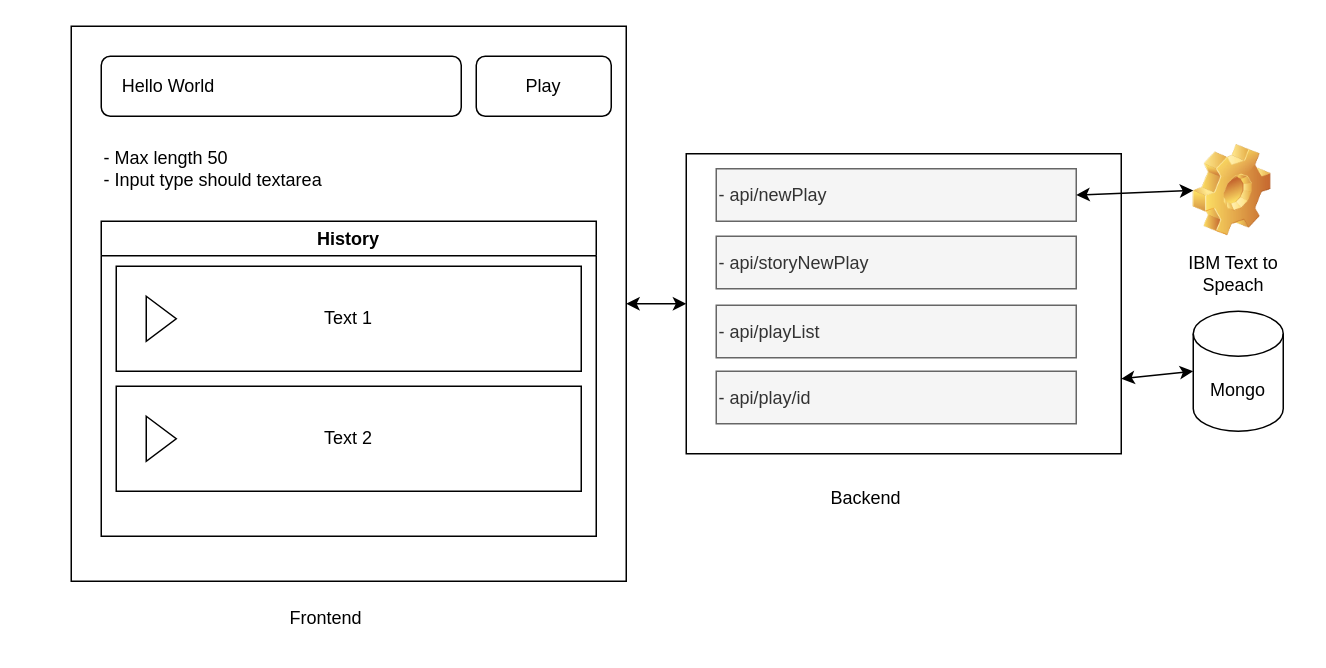
Earlier version of the draw.io diagram could-ss/diagram.drawio (AbdullahPariyani/ibm-watson-text-to-speech). Source tidied: cells renumbered, new cells numbered last; positions are measured from the earlier drawing's top-left corner, leaving out a move shared by most shapes. Both pictures are drawn from the tidied source at 150%, with x=0, y=0 at pixel (26, 26).
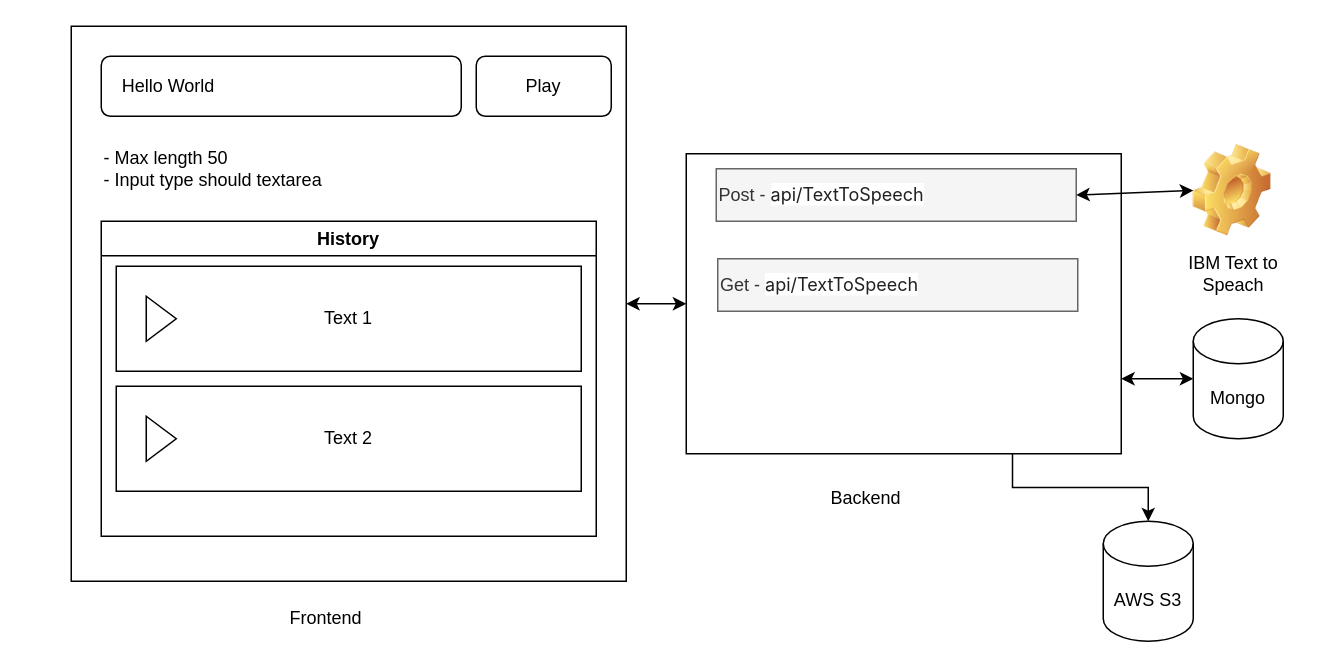
After the change.

Unchanged cells that the change refers to:
```xml
<mxCell id="11" style="rounded=0;whiteSpace=wrap;html=1;" parent="1" vertex="1">
  <mxGeometry x="440" y="85" width="290" height="200" as="geometry" />
</mxCell>
```

The edit, as a diff of the source:
```diff
@@
+    <mxCell id="25" style="edgeStyle=orthogonalEdgeStyle;rounded=0;jettySize=auto;html=1;exitX=0.75;exitY=1;exitDx=0;exitDy=0;" parent="1" edge="1" source="11" target="26">
+      <mxGeometry relative="1" as="geometry" />
+    </mxCell>
@@
     <mxCell id="13" value="Mongo" style="shape=cylinder3;whiteSpace=wrap;html=1;boundedLbl=1;backgroundOutline=1;size=15;" parent="1" vertex="1">
-      <mxGeometry x="778" y="190" width="60" height="80" as="geometry" />
+      <mxGeometry x="778" y="195" width="60" height="80" as="geometry" />
     </mxCell>
@@
-    <mxCell id="18" value="- api/newPlay" style="text;html=1;strokeColor=#666666;fillColor=#f5f5f5;align=left;verticalAlign=middle;whiteSpace=wrap;rounded=0;fontColor=#333333;" parent="1" vertex="1">
+    <mxCell id="18" value="Post -&amp;nbsp;&lt;span style=&quot;color: rgb(33 , 33 , 33) ; font-family: &amp;#34;inter&amp;#34; , &amp;#34;opensans&amp;#34; , &amp;#34;helvetica&amp;#34; , &amp;#34;arial&amp;#34; , sans-serif ; background-color: rgb(255 , 255 , 255)&quot;&gt;api/TextToSpeech&lt;/span&gt;" style="text;html=1;strokeColor=#666666;fillColor=#f5f5f5;align=left;verticalAlign=middle;whiteSpace=wrap;rounded=0;fontColor=#333333;" parent="1" vertex="1">
       <mxGeometry x="460" y="95" width="240" height="35" as="geometry" />
     </mxCell>
-    <mxCell id="19" value="- api/storyNewPlay" style="text;html=1;strokeColor=#666666;fillColor=#f5f5f5;align=left;verticalAlign=middle;whiteSpace=wrap;rounded=0;fontColor=#333333;" parent="1" vertex="1">
-      <mxGeometry x="460" y="140" width="240" height="35" as="geometry" />
-    </mxCell>
-    <mxCell id="20" value="- api/playList" style="text;html=1;strokeColor=#666666;fillColor=#f5f5f5;align=left;verticalAlign=middle;whiteSpace=wrap;rounded=0;fontColor=#333333;" parent="1" vertex="1">
-      <mxGeometry x="460" y="186" width="240" height="35" as="geometry" />
+    <mxCell id="20" value="Get -&amp;nbsp;&lt;span style=&quot;color: rgb(33 , 33 , 33) ; font-family: &amp;#34;inter&amp;#34; , &amp;#34;opensans&amp;#34; , &amp;#34;helvetica&amp;#34; , &amp;#34;arial&amp;#34; , sans-serif ; background-color: rgb(255 , 255 , 255)&quot;&gt;api/TextToSpeech&lt;/span&gt;" style="text;html=1;strokeColor=#666666;fillColor=#f5f5f5;align=left;verticalAlign=middle;whiteSpace=wrap;rounded=0;fontColor=#333333;" parent="1" vertex="1">
+      <mxGeometry x="461" y="155" width="240" height="35" as="geometry" />
     </mxCell>
-    <mxCell id="21" value="- api/play/id" style="text;html=1;strokeColor=#666666;fillColor=#f5f5f5;align=left;verticalAlign=middle;whiteSpace=wrap;rounded=0;fontColor=#333333;" parent="1" vertex="1">
-      <mxGeometry x="460" y="230" width="240" height="35" as="geometry" />
-    </mxCell>
@@
+    <mxCell id="26" value="AWS S3" style="shape=cylinder3;whiteSpace=wrap;html=1;boundedLbl=1;backgroundOutline=1;size=15;" parent="1" vertex="1">
+      <mxGeometry x="718" y="330" width="60" height="80" as="geometry" />
+    </mxCell>
```
